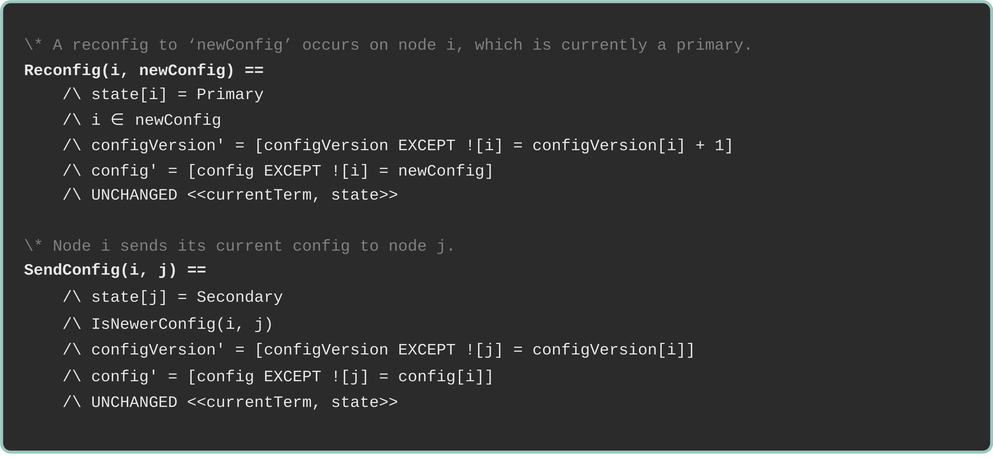
The draw.io diagram traces/traces-snippet-0.drawio.svg in will62794/reconfig-traces, before a commit. Source tidied: cells renumbered, new cells last; positions are measured from the earlier drawing's top-left corner, leaving out a move shared by most shapes.
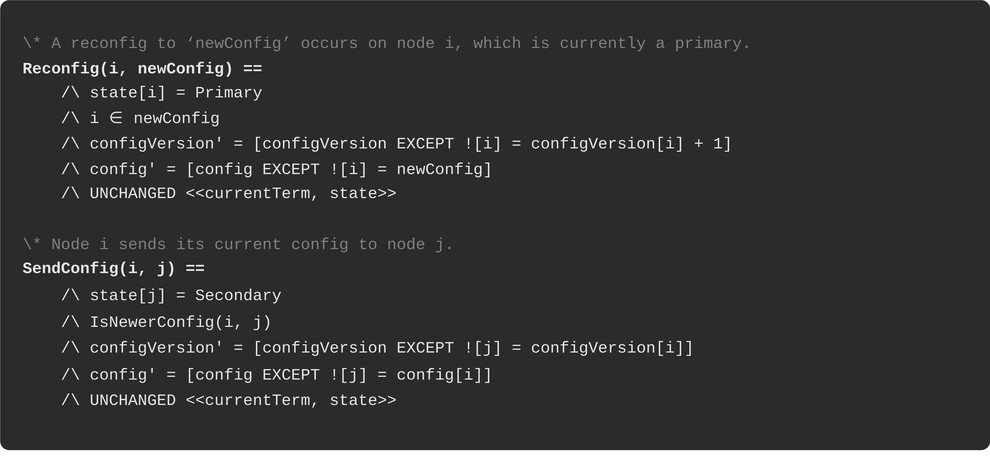
Later version of the same file.

Change to the diagram source:
```diff
@@ -2,7 +2,7 @@
   <root>
     <mxCell id="0" />
     <mxCell id="1" parent="0" />
-    <mxCell id="2" value="&lt;span style=&quot;&quot; id=&quot;docs-internal-guid-955c089a-7fff-785c-a062-aca5ab7f73e9&quot;&gt;&lt;font style=&quot;&quot;&gt;&lt;p dir=&quot;ltr&quot; style=&quot;font-weight: normal; line-height: 1.38; margin-top: 0pt; margin-bottom: 0pt;&quot;&gt;&lt;span style=&quot;color: rgb(128, 128, 128); background-color: transparent; font-family: &amp;quot;Roboto Mono&amp;quot;, monospace; font-size: 8pt; white-space-collapse: preserve;&quot;&gt;\* A reconfig to ‘newConfig’ occurs on node i, which is currently a primary.&lt;/span&gt;&lt;/p&gt;&lt;p dir=&quot;ltr&quot; style=&quot;font-weight: bold; color: rgb(230, 230, 230); line-height: 1.38; margin-top: 0pt; margin-bottom: 0pt;&quot;&gt;&lt;span style=&quot;font-size: 8pt; font-family: &amp;quot;Roboto Mono&amp;quot;, monospace; background-color: transparent; font-style: normal; font-variant: normal; text-decoration: none; vertical-align: baseline; white-space: pre-wrap;&quot;&gt;Reconfig(i, newConfig) ==&lt;/span&gt;&lt;/p&gt;&lt;p dir=&quot;ltr&quot; style=&quot;font-weight: normal; color: rgb(230, 230, 230); line-height: 1.38; margin-top: 0pt; margin-bottom: 0pt;&quot;&gt;&lt;span style=&quot;font-size: 8pt; font-family: &amp;quot;Roboto Mono&amp;quot;, monospace; background-color: transparent; font-weight: 400; font-style: normal; font-variant: normal; text-decoration: none; vertical-align: baseline; white-space: pre-wrap;&quot;&gt;&amp;nbsp;&amp;nbsp;&amp;nbsp;&amp;nbsp;/\ state[i] = Primary&lt;/span&gt;&lt;/p&gt;&lt;p dir=&quot;ltr&quot; style=&quot;font-weight: normal; color: rgb(230, 230, 230); line-height: 1.38; margin-top: 0pt; margin-bottom: 0pt;&quot;&gt;&lt;span style=&quot;font-size: 8pt; font-family: &amp;quot;Roboto Mono&amp;quot;, monospace; background-color: transparent; font-weight: 400; font-style: normal; font-variant: normal; text-decoration: none; vertical-align: baseline; white-space: pre-wrap;&quot;&gt;&amp;nbsp;&amp;nbsp;&amp;nbsp;&amp;nbsp;/\ i &lt;/span&gt;&lt;span style=&quot;font-family: &amp;quot;Roboto Mono&amp;quot;, monospace; font-size: 10.6667px; white-space-collapse: preserve; background-color: transparent;&quot;&gt;∈ &lt;/span&gt;&lt;span style=&quot;background-color: transparent; font-family: &amp;quot;Roboto Mono&amp;quot;, monospace; font-size: 8pt; white-space-collapse: preserve;&quot;&gt;newConfig&lt;/span&gt;&lt;/p&gt;&lt;p dir=&quot;ltr&quot; style=&quot;font-weight: normal; line-height: 1.38; margin-top: 0pt; margin-bottom: 0pt;&quot;&gt;&lt;span style=&quot;background-color: transparent; font-family: &amp;quot;Roboto Mono&amp;quot;, monospace; font-size: 8pt; white-space-collapse: preserve; color: rgb(230, 230, 230);&quot;&gt;&amp;nbsp;&amp;nbsp;&amp;nbsp;&amp;nbsp;/\ configVersion' = [configVersion EXCEPT ![i] = configVersion[i] + 1]&lt;/span&gt;&lt;/p&gt;&lt;p dir=&quot;ltr&quot; style=&quot;font-weight: normal; color: rgb(230, 230, 230); line-height: 1.38; margin-top: 0pt; margin-bottom: 0pt;&quot;&gt;&lt;span style=&quot;font-size: 8pt; font-family: &amp;quot;Roboto Mono&amp;quot;, monospace; background-color: transparent; font-weight: 400; font-style: normal; font-variant: normal; text-decoration: none; vertical-align: baseline; white-space: pre-wrap;&quot;&gt;&amp;nbsp;&amp;nbsp;&amp;nbsp;&amp;nbsp;/\ config' = [config EXCEPT ![i] = newConfig]&lt;/span&gt;&lt;/p&gt;&lt;p dir=&quot;ltr&quot; style=&quot;font-weight: normal; color: rgb(230, 230, 230); line-height: 1.38; margin-top: 0pt; margin-bottom: 0pt;&quot;&gt;&lt;span style=&quot;font-size: 8pt; font-family: &amp;quot;Roboto Mono&amp;quot;, monospace; background-color: transparent; font-weight: 400; font-style: normal; font-variant: normal; text-decoration: none; vertical-align: baseline; white-space: pre-wrap;&quot;&gt;&amp;nbsp;&amp;nbsp;&amp;nbsp;&amp;nbsp;/\ UNCHANGED &amp;lt;&amp;lt;currentTerm, state&amp;gt;&amp;gt;&lt;/span&gt;&lt;/p&gt;&lt;p dir=&quot;ltr&quot; style=&quot;font-weight: normal; color: rgb(230, 230, 230); line-height: 1.38; margin-top: 0pt; margin-bottom: 0pt;&quot;&gt;&lt;span style=&quot;font-size: 8pt; font-family: &amp;quot;Roboto Mono&amp;quot;, monospace; background-color: transparent; font-weight: 400; font-style: normal; font-variant: normal; text-decoration: none; vertical-align: baseline; white-space: pre-wrap;&quot;&gt;&lt;br&gt;&lt;/span&gt;&lt;/p&gt;&lt;p dir=&quot;ltr&quot; style=&quot;font-weight: normal; color: rgb(230, 230, 230); line-height: 1.38; margin-top: 0pt; margin-bottom: 0pt;&quot;&gt;&lt;span style=&quot;font-size: 8pt; font-family: &amp;quot;Roboto Mono&amp;quot;, monospace; background-color: transparent; font-weight: 400; font-style: normal; font-variant: normal; text-decoration: none; vertical-align: baseline; white-space: pre-wrap;&quot;&gt;&lt;/span&gt;&lt;/p&gt;&lt;p style=&quot;line-height: 1.38; margin-top: 0pt; margin-bottom: 0pt;&quot; dir=&quot;ltr&quot;&gt;&lt;span style=&quot;color: rgb(128, 128, 128); background-color: transparent; font-family: &amp;quot;Roboto Mono&amp;quot;, monospace; font-size: 8pt; white-space-collapse: preserve;&quot;&gt;\* Node i sends its current config to node j.&lt;/span&gt;&lt;/p&gt;&lt;p style=&quot;forced-color-adjust: none; line-height: 1.38; margin-top: 0pt; margin-bottom: 0pt; color: rgb(230, 230, 230);&quot; dir=&quot;ltr&quot;&gt;&lt;font face=&quot;Roboto Mono, monospace&quot; color=&quot;#e6e6e6&quot;&gt;&lt;span style=&quot;font-size: 10.6667px; white-space-collapse: preserve;&quot;&gt;&lt;b&gt;SendConfig(i, j) ==&lt;br&gt;&lt;/b&gt;    /\ state[j] = Secondary&lt;br&gt;    /\ IsNewerConfig(i, j)&lt;br&gt;    /\ configVersion' = [configVersion EXCEPT ![j] = configVersion[i]]&lt;br&gt;    /\ config' = [config EXCEPT ![j] = config[i]]&lt;br&gt;    /\ UNCHANGED &amp;lt;&amp;lt;currentTerm, state&amp;gt;&amp;gt;&lt;/span&gt;&lt;/font&gt;&lt;/p&gt;&lt;p style=&quot;line-height: 1.38; margin-top: 0pt; margin-bottom: 0pt; color: rgb(230, 230, 230);&quot; dir=&quot;ltr&quot;&gt;&lt;br&gt;&lt;/p&gt;&lt;p style=&quot;line-height: 1.38; margin-top: 0pt; margin-bottom: 0pt; color: rgb(230, 230, 230);&quot; dir=&quot;ltr&quot;&gt;&lt;br&gt;&lt;/p&gt;&lt;/font&gt;&lt;/span&gt;" style="text;whiteSpace=wrap;html=1;fillColor=light-dark(#2B2B2B,#282A35);perimeterSpacing=0;strokeColor=#9AC7BF;strokeWidth=2;rounded=1;arcSize=2;spacingLeft=0;spacing=15;" parent="1" vertex="1">
+    <mxCell id="2" value="&lt;span style=&quot;&quot; id=&quot;docs-internal-guid-955c089a-7fff-785c-a062-aca5ab7f73e9&quot;&gt;&lt;font style=&quot;&quot;&gt;&lt;p dir=&quot;ltr&quot; style=&quot;font-weight: normal; line-height: 1.38; margin-top: 0pt; margin-bottom: 0pt;&quot;&gt;&lt;span style=&quot;color: rgb(128, 128, 128); background-color: transparent; font-family: &amp;quot;Roboto Mono&amp;quot;, monospace; font-size: 8pt; white-space-collapse: preserve;&quot;&gt;\* A reconfig to ‘newConfig’ occurs on node i, which is currently a primary.&lt;/span&gt;&lt;/p&gt;&lt;p dir=&quot;ltr&quot; style=&quot;font-weight: bold; color: rgb(230, 230, 230); line-height: 1.38; margin-top: 0pt; margin-bottom: 0pt;&quot;&gt;&lt;span style=&quot;font-size: 8pt; font-family: &amp;quot;Roboto Mono&amp;quot;, monospace; background-color: transparent; font-style: normal; font-variant: normal; text-decoration: none; vertical-align: baseline; white-space: pre-wrap;&quot;&gt;Reconfig(i, newConfig) ==&lt;/span&gt;&lt;/p&gt;&lt;p dir=&quot;ltr&quot; style=&quot;font-weight: normal; color: rgb(230, 230, 230); line-height: 1.38; margin-top: 0pt; margin-bottom: 0pt;&quot;&gt;&lt;span style=&quot;font-size: 8pt; font-family: &amp;quot;Roboto Mono&amp;quot;, monospace; background-color: transparent; font-weight: 400; font-style: normal; font-variant: normal; text-decoration: none; vertical-align: baseline; white-space: pre-wrap;&quot;&gt;&amp;nbsp;&amp;nbsp;&amp;nbsp;&amp;nbsp;/\ state[i] = Primary&lt;/span&gt;&lt;/p&gt;&lt;p dir=&quot;ltr&quot; style=&quot;font-weight: normal; color: rgb(230, 230, 230); line-height: 1.38; margin-top: 0pt; margin-bottom: 0pt;&quot;&gt;&lt;span style=&quot;font-size: 8pt; font-family: &amp;quot;Roboto Mono&amp;quot;, monospace; background-color: transparent; font-weight: 400; font-style: normal; font-variant: normal; text-decoration: none; vertical-align: baseline; white-space: pre-wrap;&quot;&gt;&amp;nbsp;&amp;nbsp;&amp;nbsp;&amp;nbsp;/\ i &lt;/span&gt;&lt;span style=&quot;font-family: &amp;quot;Roboto Mono&amp;quot;, monospace; font-size: 10.6667px; white-space-collapse: preserve; background-color: transparent;&quot;&gt;∈ &lt;/span&gt;&lt;span style=&quot;background-color: transparent; font-family: &amp;quot;Roboto Mono&amp;quot;, monospace; font-size: 8pt; white-space-collapse: preserve;&quot;&gt;newConfig&lt;/span&gt;&lt;/p&gt;&lt;p dir=&quot;ltr&quot; style=&quot;font-weight: normal; line-height: 1.38; margin-top: 0pt; margin-bottom: 0pt;&quot;&gt;&lt;span style=&quot;background-color: transparent; font-family: &amp;quot;Roboto Mono&amp;quot;, monospace; font-size: 8pt; white-space-collapse: preserve; color: rgb(230, 230, 230);&quot;&gt;&amp;nbsp;&amp;nbsp;&amp;nbsp;&amp;nbsp;/\ configVersion' = [configVersion EXCEPT ![i] = configVersion[i] + 1]&lt;/span&gt;&lt;/p&gt;&lt;p dir=&quot;ltr&quot; style=&quot;font-weight: normal; color: rgb(230, 230, 230); line-height: 1.38; margin-top: 0pt; margin-bottom: 0pt;&quot;&gt;&lt;span style=&quot;font-size: 8pt; font-family: &amp;quot;Roboto Mono&amp;quot;, monospace; background-color: transparent; font-weight: 400; font-style: normal; font-variant: normal; text-decoration: none; vertical-align: baseline; white-space: pre-wrap;&quot;&gt;&amp;nbsp;&amp;nbsp;&amp;nbsp;&amp;nbsp;/\ config' = [config EXCEPT ![i] = newConfig]&lt;/span&gt;&lt;/p&gt;&lt;p dir=&quot;ltr&quot; style=&quot;font-weight: normal; color: rgb(230, 230, 230); line-height: 1.38; margin-top: 0pt; margin-bottom: 0pt;&quot;&gt;&lt;span style=&quot;font-size: 8pt; font-family: &amp;quot;Roboto Mono&amp;quot;, monospace; background-color: transparent; font-weight: 400; font-style: normal; font-variant: normal; text-decoration: none; vertical-align: baseline; white-space: pre-wrap;&quot;&gt;&amp;nbsp;&amp;nbsp;&amp;nbsp;&amp;nbsp;/\ UNCHANGED &amp;lt;&amp;lt;currentTerm, state&amp;gt;&amp;gt;&lt;/span&gt;&lt;/p&gt;&lt;p dir=&quot;ltr&quot; style=&quot;font-weight: normal; color: rgb(230, 230, 230); line-height: 1.38; margin-top: 0pt; margin-bottom: 0pt;&quot;&gt;&lt;span style=&quot;font-size: 8pt; font-family: &amp;quot;Roboto Mono&amp;quot;, monospace; background-color: transparent; font-weight: 400; font-style: normal; font-variant: normal; text-decoration: none; vertical-align: baseline; white-space: pre-wrap;&quot;&gt;&lt;br&gt;&lt;/span&gt;&lt;/p&gt;&lt;p dir=&quot;ltr&quot; style=&quot;font-weight: normal; color: rgb(230, 230, 230); line-height: 1.38; margin-top: 0pt; margin-bottom: 0pt;&quot;&gt;&lt;span style=&quot;font-size: 8pt; font-family: &amp;quot;Roboto Mono&amp;quot;, monospace; background-color: transparent; font-weight: 400; font-style: normal; font-variant: normal; text-decoration: none; vertical-align: baseline; white-space: pre-wrap;&quot;&gt;&lt;/span&gt;&lt;/p&gt;&lt;p style=&quot;line-height: 1.38; margin-top: 0pt; margin-bottom: 0pt;&quot; dir=&quot;ltr&quot;&gt;&lt;span style=&quot;color: rgb(128, 128, 128); background-color: transparent; font-family: &amp;quot;Roboto Mono&amp;quot;, monospace; font-size: 8pt; white-space-collapse: preserve;&quot;&gt;\* Node i sends its current config to node j.&lt;/span&gt;&lt;/p&gt;&lt;p style=&quot;forced-color-adjust: none; line-height: 1.38; margin-top: 0pt; margin-bottom: 0pt; color: rgb(230, 230, 230);&quot; dir=&quot;ltr&quot;&gt;&lt;font face=&quot;Roboto Mono, monospace&quot; color=&quot;#e6e6e6&quot;&gt;&lt;span style=&quot;font-size: 10.6667px; white-space-collapse: preserve;&quot;&gt;&lt;b&gt;SendConfig(i, j) ==&lt;br&gt;&lt;/b&gt;    /\ state[j] = Secondary&lt;br&gt;    /\ IsNewerConfig(i, j)&lt;br&gt;    /\ configVersion' = [configVersion EXCEPT ![j] = configVersion[i]]&lt;br&gt;    /\ config' = [config EXCEPT ![j] = config[i]]&lt;br&gt;    /\ UNCHANGED &amp;lt;&amp;lt;currentTerm, state&amp;gt;&amp;gt;&lt;/span&gt;&lt;/font&gt;&lt;/p&gt;&lt;p style=&quot;line-height: 1.38; margin-top: 0pt; margin-bottom: 0pt; color: rgb(230, 230, 230);&quot; dir=&quot;ltr&quot;&gt;&lt;br&gt;&lt;/p&gt;&lt;p style=&quot;line-height: 1.38; margin-top: 0pt; margin-bottom: 0pt; color: rgb(230, 230, 230);&quot; dir=&quot;ltr&quot;&gt;&lt;br&gt;&lt;/p&gt;&lt;/font&gt;&lt;/span&gt;" style="text;whiteSpace=wrap;html=1;fillColor=light-dark(#2B2B2B,#282A35);perimeterSpacing=0;strokeColor=none;strokeWidth=2;rounded=1;arcSize=2;spacingLeft=0;spacing=15;" parent="1" vertex="1">
       <mxGeometry width="660" height="300" as="geometry" />
     </mxCell>
   </root>
```
